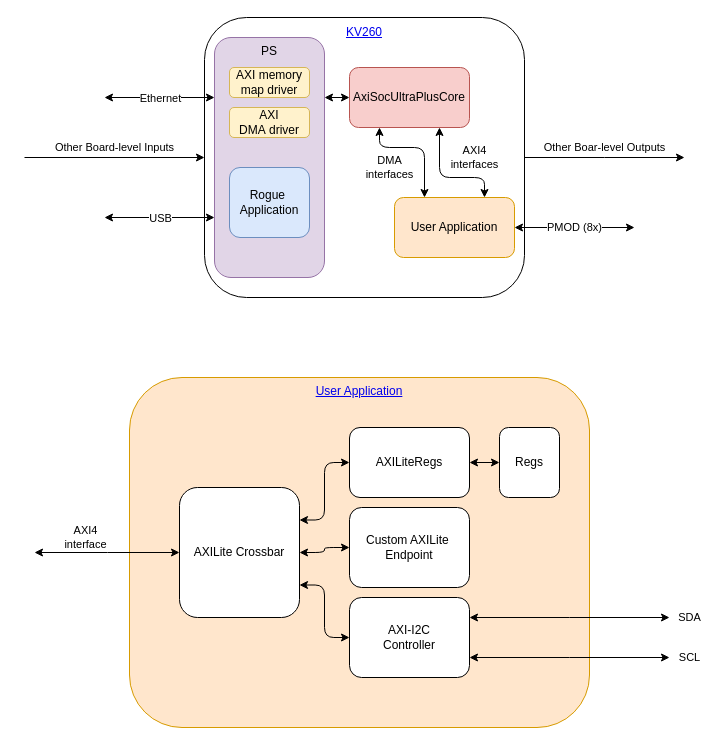
Earlier version of the draw.io diagram test_kv260.drawio (awhitbeck/drawio). Source tidied: cells renumbered, new cells numbered last; positions are measured from the earlier drawing's top-left corner, leaving out a move shared by most shapes. Both pictures are drawn from the tidied source at 100%, with x=0, y=0 at pixel (24, 17).
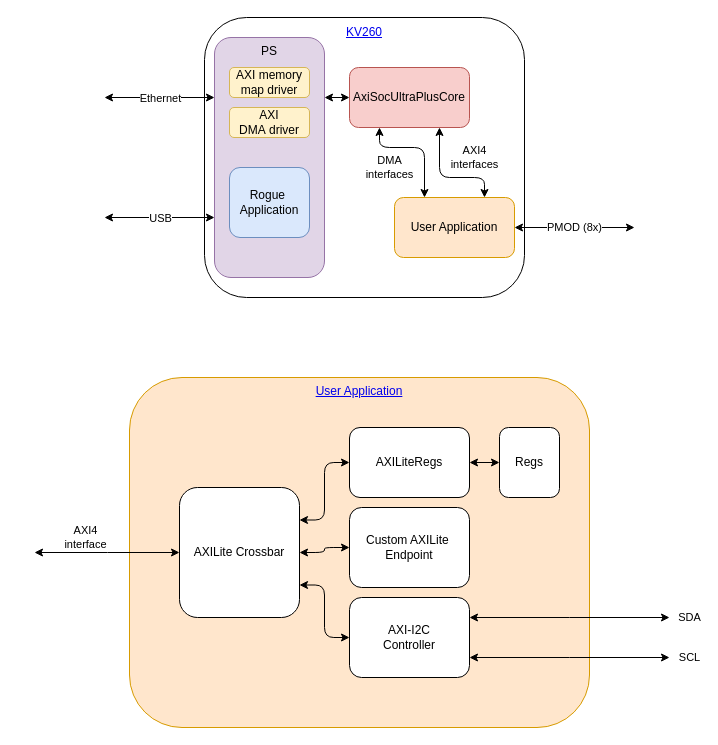
The same page after the edit.

Unchanged cells that the change refers to:
```xml
<mxCell id="4" style="rounded=1;whiteSpace=wrap;html=1;" parent="1" vertex="1">
  <mxGeometry x="180" width="320" height="280" as="geometry" />
</mxCell>
```

Change to the diagram source:
```diff
@@
-    <mxCell id="2" value="Other Board-level Inputs" style="edgeStyle=orthogonalEdgeStyle;rounded=0;jettySize=auto;html=1;exitX=0;exitY=0.5;exitDx=0;exitDy=0;startArrow=classic;startFill=1;endArrow=none;endFill=0;" parent="1" edge="1" source="4">
-      <mxGeometry x="-0.01" y="-10" relative="1" as="geometry">
-        <mxPoint y="140" as="targetPoint" />
-        <mxPoint x="-1" as="offset" />
-      </mxGeometry>
-    </mxCell>
-    <mxCell id="3" value="Other Boar-level Outputs" style="edgeStyle=orthogonalEdgeStyle;rounded=0;jettySize=auto;html=1;exitX=1;exitY=0.5;exitDx=0;exitDy=0;" parent="1" edge="1" source="4">
-      <mxGeometry y="-10" relative="1" as="geometry">
-        <mxPoint x="660" y="140" as="targetPoint" />
-        <mxPoint x="10" y="-10" as="offset" />
-      </mxGeometry>
-    </mxCell>
```
